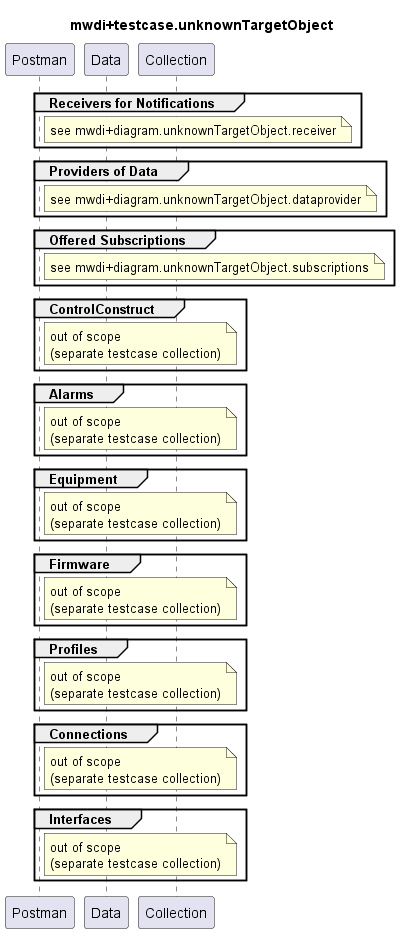
openBackhaul/MicroWaveDeviceInventory keeps this PlantUML diagram as testing/2_functional/unknownTargetObject/mwdi+diagram.unknownTargetObject.png. Above is the earlier version. The source it was exported from:
```plantuml
@startuml mwdi+diagram.unknownTargetObject

title
mwdi+testcase.unknownTargetObject
end title

participant "Postman" as Postman
participant "Data" as Data
participant "Collection" as Collection

group Receivers for Notifications
  note right Postman
    see mwdi+diagram.unknownTargetObject.receiver
  end note
end

group Providers of Data
  note right Postman
    see mwdi+diagram.unknownTargetObject.dataprovider
  end note
end

group Offered Subscriptions
  note right Postman
    see mwdi+diagram.unknownTargetObject.subscriptions
  end note
end

group ControlConstruct
  note right Postman
    out of scope
    (separate testcase collection)
  end note
end

group Alarms
  note right Postman
    out of scope
    (separate testcase collection)
  end note
end

group Equipment
  note right Postman
    out of scope
    (separate testcase collection)
  end note
end

group Firmware
  note right Postman
    out of scope
    (separate testcase collection)
  end note
end

group Profiles
  note right Postman
    out of scope
    (separate testcase collection)
  end note
end

group Connections
  note right Postman
    out of scope
    (separate testcase collection)
  end note
end

group Interfaces
  note right Postman
    out of scope
    (separate testcase collection)
  end note
end

deactivate Postman

@enduml
```
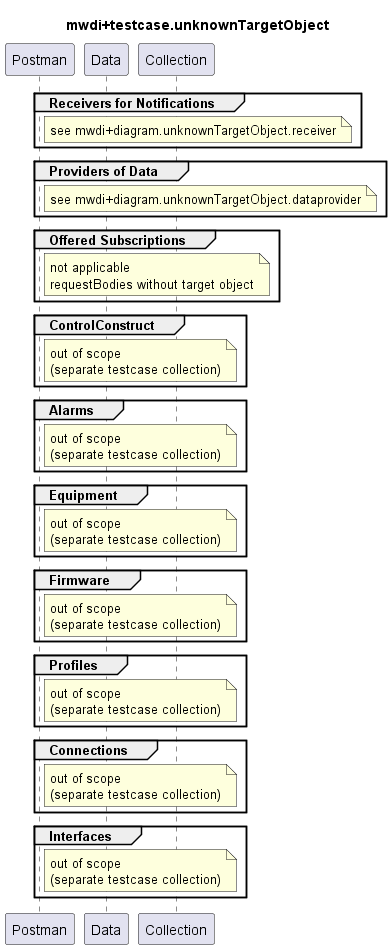
The same file after the commit.

What changed in the source:
```diff
@@ -22,7 +22,8 @@
 
 group Offered Subscriptions
   note right Postman
-    see mwdi+diagram.unknownTargetObject.subscriptions
+    not applicable
+    requestBodies without target object
   end note
 end
 
```
